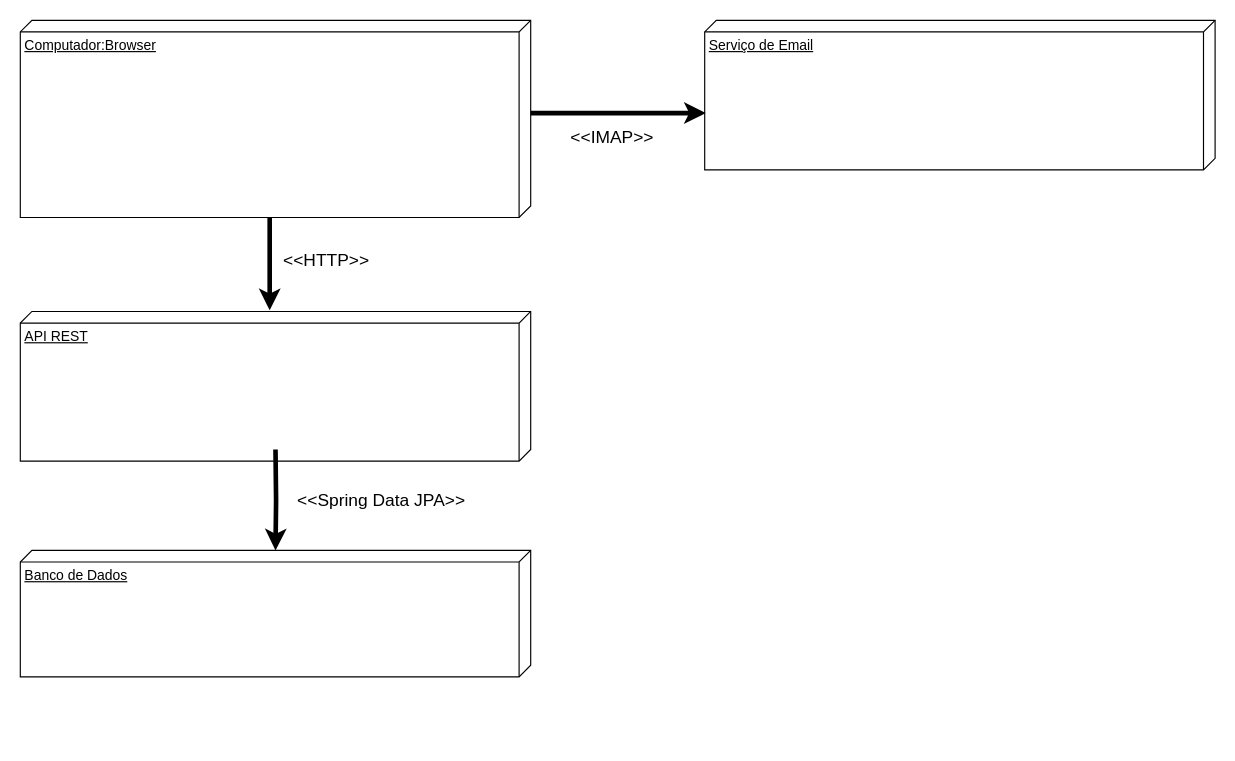
pedrolucas444/laboratorio-3 keeps this draw.io diagram as projeto/drawio/DiagramaDeImplantacao.drawio. Above is the earlier version. Source tidied: cells renumbered, new cells numbered last; positions are measured from the earlier drawing's top-left corner, leaving out a move shared by most shapes. Both pictures are drawn from the tidied source at 116%, with x=0, y=0 at pixel (20, 20).
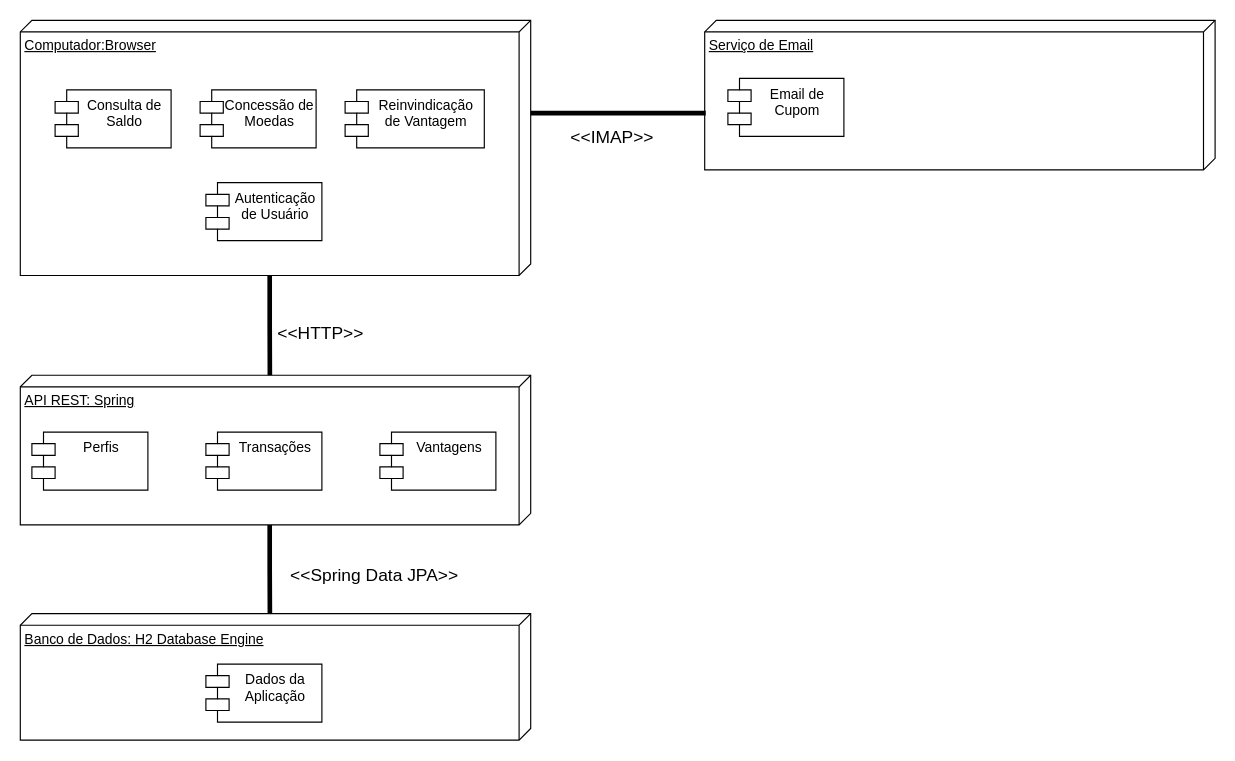
Above is the later version.

Unchanged cells that the change refers to:
```xml
<mxCell id="9" value="Serviço de Email" style="verticalAlign=top;align=left;spacingTop=8;spacingLeft=2;spacingRight=12;shape=cube;size=10;direction=south;fontStyle=4;html=1;whiteSpace=wrap;" parent="1" vertex="1">
  <mxGeometry x="590" width="440" height="129" as="geometry" />
</mxCell>
```

Change to the diagram source:
```diff
@@
-    <mxCell id="2" style="edgeStyle=orthogonalEdgeStyle;rounded=0;jettySize=auto;html=1;exitX=0;exitY=0;exitDx=170;exitDy=225;exitPerimeter=0;strokeWidth=4;" parent="1" edge="1" source="4">
-      <mxGeometry relative="1" as="geometry">
-        <mxPoint x="215" y="250" as="targetPoint" />
-      </mxGeometry>
+    <mxCell id="2" style="edgeStyle=orthogonalEdgeStyle;rounded=0;jettySize=auto;html=1;exitX=0;exitY=0;exitDx=170;exitDy=225;exitPerimeter=0;strokeWidth=4;endArrow=none;startFill=0;entryX=0.031;entryY=0.511;entryDx=0;entryDy=0;entryPerimeter=0;" parent="1" edge="1" source="4" target="5">
+      <mxGeometry relative="1" as="geometry" />
     </mxCell>
     <mxCell id="3" value="&amp;lt;&amp;lt;HTTP&amp;gt;&amp;gt;" style="edgeLabel;html=1;align=left;verticalAlign=middle;fontSize=15;labelPosition=right;verticalLabelPosition=middle;" parent="2" vertex="1">
       <mxGeometry x="-0.13" relative="1" as="geometry">
-        <mxPoint x="10" as="offset" />
+        <mxPoint x="5" y="37" as="offset" />
       </mxGeometry>
     </mxCell>
     <mxCell id="4" value="Computador:Browser" style="verticalAlign=top;align=left;spacingTop=8;spacingLeft=2;spacingRight=12;shape=cube;size=10;direction=south;fontStyle=4;html=1;whiteSpace=wrap;" parent="1" vertex="1">
-      <mxGeometry width="440" height="170" as="geometry" />
+      <mxGeometry width="440" height="220" as="geometry" />
     </mxCell>
-    <mxCell id="5" value="API REST" style="verticalAlign=top;align=left;spacingTop=8;spacingLeft=2;spacingRight=12;shape=cube;size=10;direction=south;fontStyle=4;html=1;whiteSpace=wrap;" parent="1" vertex="1">
-      <mxGeometry y="251" width="440" height="129" as="geometry" />
+    <mxCell id="5" value="API REST: Spring" style="verticalAlign=top;align=left;spacingTop=8;spacingLeft=2;spacingRight=12;shape=cube;size=10;direction=south;fontStyle=4;html=1;whiteSpace=wrap;" parent="1" vertex="1">
+      <mxGeometry y="306" width="440" height="129" as="geometry" />
     </mxCell>
-    <mxCell id="6" style="edgeStyle=orthogonalEdgeStyle;rounded=0;jettySize=auto;html=1;strokeWidth=4;" parent="1" edge="1" target="8">
-      <mxGeometry relative="1" as="geometry">
-        <mxPoint x="220" y="370" as="sourcePoint" />
-      </mxGeometry>
-    </mxCell>
-    <mxCell id="7" value="&amp;lt;&amp;lt;Spring Data JPA&amp;gt;&amp;gt;" style="edgeLabel;html=1;align=center;verticalAlign=middle;fontSize=15;" parent="6" vertex="1">
-      <mxGeometry x="-0.18" y="3" relative="1" as="geometry">
-        <mxPoint x="87" y="7" as="offset" />
-      </mxGeometry>
-    </mxCell>
-    <mxCell id="8" value="Banco de Dados" style="verticalAlign=top;align=left;spacingTop=8;spacingLeft=2;spacingRight=12;shape=cube;size=10;direction=south;fontStyle=4;html=1;whiteSpace=wrap;" parent="1" vertex="1">
-      <mxGeometry y="457" width="440" height="109" as="geometry" />
+    <mxCell id="8" value="Banco de Dados: H2 Database Engine" style="verticalAlign=top;align=left;spacingTop=8;spacingLeft=2;spacingRight=12;shape=cube;size=10;direction=south;fontStyle=4;html=1;whiteSpace=wrap;" parent="1" vertex="1">
+      <mxGeometry y="511.5" width="440" height="109" as="geometry" />
     </mxCell>
@@
-    <mxCell id="10" style="edgeStyle=orthogonalEdgeStyle;rounded=0;jettySize=auto;html=1;exitX=0.62;exitY=0.998;exitDx=0;exitDy=0;exitPerimeter=0;entryX=0;entryY=0;entryDx=80;entryDy=0;entryPerimeter=0;strokeWidth=4;endArrow=none;startFill=1;startArrow=classic;" parent="1" edge="1" source="9" target="4">
+    <mxCell id="10" style="edgeStyle=orthogonalEdgeStyle;rounded=0;jettySize=auto;html=1;exitX=0.62;exitY=0.998;exitDx=0;exitDy=0;exitPerimeter=0;entryX=0;entryY=0;entryDx=80;entryDy=0;entryPerimeter=0;strokeWidth=4;endArrow=none;startFill=0;startArrow=none;" parent="1" edge="1" source="9" target="4">
       <mxGeometry relative="1" as="geometry" />
     </mxCell>
@@
+    <mxCell id="12" style="edgeStyle=orthogonalEdgeStyle;rounded=0;jettySize=auto;html=1;exitX=0;exitY=0;exitDx=129;exitDy=225;exitPerimeter=0;entryX=-0.005;entryY=0.511;entryDx=0;entryDy=0;entryPerimeter=0;strokeWidth=4;endArrow=none;startFill=0;" parent="1" edge="1" source="5" target="8">
+      <mxGeometry relative="1" as="geometry" />
+    </mxCell>
+    <mxCell id="7" value="&amp;lt;&amp;lt;Spring Data JPA&amp;gt;&amp;gt;" style="text;html=1;align=center;verticalAlign=middle;strokeColor=none;fillColor=none;fontStyle=0;fontSize=15;" parent="1" vertex="1">
+      <mxGeometry x="220" y="463" width="170" height="30" as="geometry" />
+    </mxCell>
+    <mxCell id="13" value="Consulta de Saldo" style="shape=module;align=left;spacingLeft=20;align=center;verticalAlign=top;whiteSpace=wrap;html=1;" parent="1" vertex="1">
+      <mxGeometry x="30" y="60" width="100" height="50" as="geometry" />
+    </mxCell>
+    <mxCell id="14" value="Dados da Aplicação" style="shape=module;align=left;spacingLeft=20;align=center;verticalAlign=top;whiteSpace=wrap;html=1;" parent="1" vertex="1">
+      <mxGeometry x="160" y="555" width="100" height="50" as="geometry" />
+    </mxCell>
+    <mxCell id="15" value="Perfis" style="shape=module;align=left;spacingLeft=20;align=center;verticalAlign=top;whiteSpace=wrap;html=1;" parent="1" vertex="1">
+      <mxGeometry x="10" y="355" width="100" height="50" as="geometry" />
+    </mxCell>
+    <mxCell id="16" value="Transações" style="shape=module;align=left;spacingLeft=20;align=center;verticalAlign=top;whiteSpace=wrap;html=1;" parent="1" vertex="1">
+      <mxGeometry x="160" y="355" width="100" height="50" as="geometry" />
+    </mxCell>
+    <mxCell id="17" value="Vantagens" style="shape=module;align=left;spacingLeft=20;align=center;verticalAlign=top;whiteSpace=wrap;html=1;" parent="1" vertex="1">
+      <mxGeometry x="310" y="355" width="100" height="50" as="geometry" />
+    </mxCell>
+    <mxCell id="18" value="Reinvindicação de Vantagem" style="shape=module;align=left;spacingLeft=20;align=center;verticalAlign=top;whiteSpace=wrap;html=1;" parent="1" vertex="1">
+      <mxGeometry x="280" y="60" width="120" height="50" as="geometry" />
+    </mxCell>
+    <mxCell id="19" value="Email de Cupom" style="shape=module;align=left;spacingLeft=20;align=center;verticalAlign=top;whiteSpace=wrap;html=1;" parent="1" vertex="1">
+      <mxGeometry x="610" y="50" width="100" height="50" as="geometry" />
+    </mxCell>
+    <mxCell id="20" value="Concessão de Moedas" style="shape=module;align=left;spacingLeft=20;align=center;verticalAlign=top;whiteSpace=wrap;html=1;" parent="1" vertex="1">
+      <mxGeometry x="155" y="60" width="100" height="50" as="geometry" />
+    </mxCell>
+    <mxCell id="21" value="Autenticação de Usuário" style="shape=module;align=left;spacingLeft=20;align=center;verticalAlign=top;whiteSpace=wrap;html=1;" parent="1" vertex="1">
+      <mxGeometry x="160" y="140" width="100" height="50" as="geometry" />
+    </mxCell>
```
